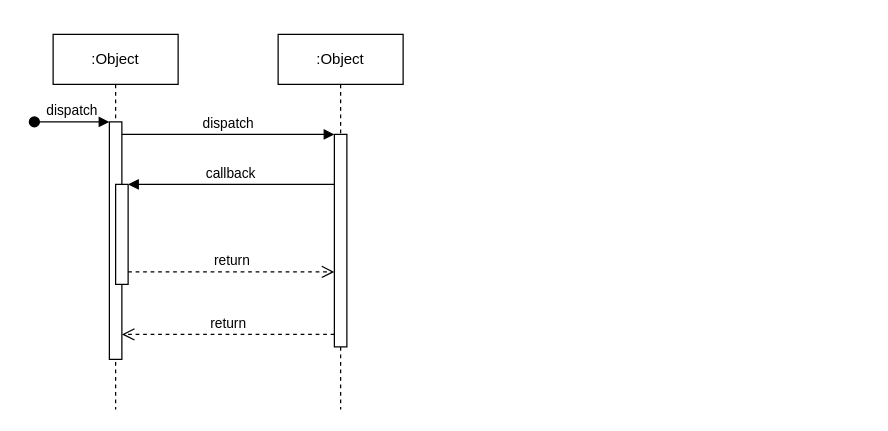
This is documentation/Sequence Diagram.drawio from batwa-org/batwa, a draw.io file, before an edit. Source tidied: cells renumbered, new cells numbered last; positions are measured from the earlier drawing's top-left corner, leaving out a move shared by most shapes. Both pictures are drawn from the tidied source at 125%, with x=0, y=0 at pixel (34, 34).
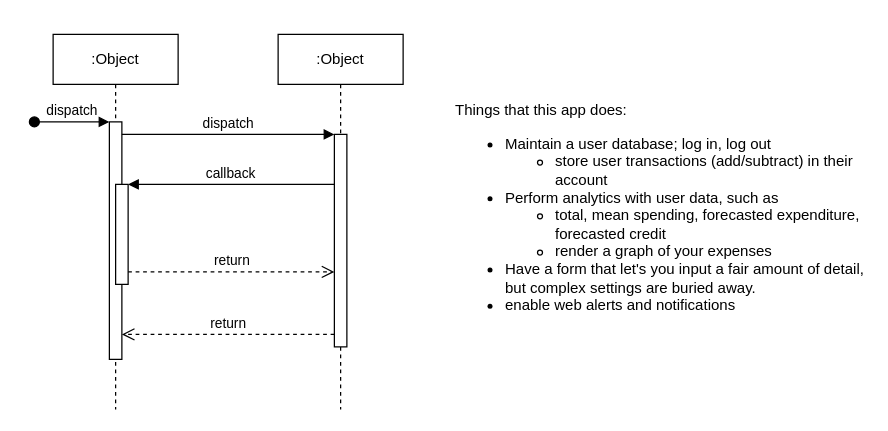
Above is the later version.

The edit, as a diff of the source:
```diff
@@
 <mxGraphModel>
   <root>
     <mxCell id="0" />
     <mxCell id="1" parent="0" />
     <mxCell id="2" value=":Object" style="shape=umlLifeline;perimeter=lifelinePerimeter;whiteSpace=wrap;html=1;newEdgeStyle={&quot;edgeStyle&quot;:&quot;elbowEdgeStyle&quot;,&quot;elbow&quot;:&quot;vertical&quot;,&quot;curved&quot;:0,&quot;rounded&quot;:0};" parent="1" vertex="1">
       <mxGeometry x="15" width="100" height="300" as="geometry" />
     </mxCell>
     <mxCell id="3" style="html=1;points=[];perimeter=orthogonalPerimeter;outlineConnect=0;targetShapes=umlLifeline;portConstraint=eastwest;newEdgeStyle={&quot;edgeStyle&quot;:&quot;elbowEdgeStyle&quot;,&quot;elbow&quot;:&quot;vertical&quot;,&quot;curved&quot;:0,&quot;rounded&quot;:0};" parent="2" vertex="1">
       <mxGeometry x="45" y="70" width="10" height="190" as="geometry" />
     </mxCell>
     <mxCell id="4" value="dispatch" style="html=1;verticalAlign=bottom;startArrow=oval;endArrow=block;startSize=8;edgeStyle=elbowEdgeStyle;elbow=vertical;curved=0;rounded=0;" parent="2" edge="1" target="3">
       <mxGeometry relative="1" as="geometry">
         <mxPoint x="-15" y="70" as="sourcePoint" />
       </mxGeometry>
     </mxCell>
     <mxCell id="5" style="html=1;points=[];perimeter=orthogonalPerimeter;outlineConnect=0;targetShapes=umlLifeline;portConstraint=eastwest;newEdgeStyle={&quot;edgeStyle&quot;:&quot;elbowEdgeStyle&quot;,&quot;elbow&quot;:&quot;vertical&quot;,&quot;curved&quot;:0,&quot;rounded&quot;:0};" parent="2" vertex="1">
       <mxGeometry x="50" y="120" width="10" height="80" as="geometry" />
     </mxCell>
     <mxCell id="6" value=":Object" style="shape=umlLifeline;perimeter=lifelinePerimeter;whiteSpace=wrap;html=1;newEdgeStyle={&quot;edgeStyle&quot;:&quot;elbowEdgeStyle&quot;,&quot;elbow&quot;:&quot;vertical&quot;,&quot;curved&quot;:0,&quot;rounded&quot;:0};" parent="1" vertex="1">
       <mxGeometry x="195" width="100" height="300" as="geometry" />
     </mxCell>
     <mxCell id="7" style="html=1;points=[];perimeter=orthogonalPerimeter;outlineConnect=0;targetShapes=umlLifeline;portConstraint=eastwest;newEdgeStyle={&quot;edgeStyle&quot;:&quot;elbowEdgeStyle&quot;,&quot;elbow&quot;:&quot;vertical&quot;,&quot;curved&quot;:0,&quot;rounded&quot;:0};" parent="6" vertex="1">
       <mxGeometry x="45" y="80" width="10" height="170" as="geometry" />
     </mxCell>
     <mxCell id="8" value="dispatch" style="html=1;verticalAlign=bottom;endArrow=block;edgeStyle=elbowEdgeStyle;elbow=vertical;curved=0;rounded=0;" parent="1" edge="1" source="3" target="7">
       <mxGeometry relative="1" as="geometry">
         <Array as="points">
           <mxPoint x="155" y="80" />
         </Array>
       </mxGeometry>
     </mxCell>
     <mxCell id="9" value="return" style="html=1;verticalAlign=bottom;endArrow=open;dashed=1;endSize=8;edgeStyle=elbowEdgeStyle;elbow=vertical;curved=0;rounded=0;" parent="1" edge="1" source="7" target="3">
       <mxGeometry relative="1" as="geometry">
         <Array as="points">
           <mxPoint x="165" y="240" />
         </Array>
       </mxGeometry>
     </mxCell>
     <mxCell id="10" value="callback" style="html=1;verticalAlign=bottom;endArrow=block;edgeStyle=elbowEdgeStyle;elbow=vertical;curved=0;rounded=0;" parent="1" edge="1" source="7" target="5">
       <mxGeometry relative="1" as="geometry">
         <Array as="points">
           <mxPoint x="165" y="120" />
         </Array>
       </mxGeometry>
     </mxCell>
     <mxCell id="11" value="return" style="html=1;verticalAlign=bottom;endArrow=open;dashed=1;endSize=8;edgeStyle=elbowEdgeStyle;elbow=vertical;curved=0;rounded=0;" parent="1" edge="1" source="5" target="7">
       <mxGeometry relative="1" as="geometry">
         <Array as="points">
           <mxPoint x="155" y="190" />
         </Array>
       </mxGeometry>
     </mxCell>
+    <mxCell id="12" value="&lt;div&gt;Things that this app does:&lt;/div&gt;&lt;ul&gt;&lt;li&gt;Maintain a user database; log in, log out&lt;/li&gt;&lt;ul&gt;&lt;li&gt;store user transactions (add/subtract) in their account&lt;/li&gt;&lt;/ul&gt;&lt;li&gt;Perform analytics with user data, such as&lt;/li&gt;&lt;ul&gt;&lt;li&gt;total, mean spending, forecasted expenditure, forecasted credit&lt;/li&gt;&lt;li&gt;render a graph of your expenses&lt;/li&gt;&lt;/ul&gt;&lt;li&gt;Have a form that let's you input a fair amount of detail, but complex settings are buried away.&lt;/li&gt;&lt;li&gt;enable web alerts and notifications&lt;/li&gt;&lt;/ul&gt;" style="text;html=1;strokeColor=none;fillColor=none;align=left;verticalAlign=middle;whiteSpace=wrap;rounded=0;" parent="1" vertex="1">
+      <mxGeometry x="335" y="-10" width="330" height="310" as="geometry" />
+    </mxCell>
   </root>
 </mxGraphModel>
```
